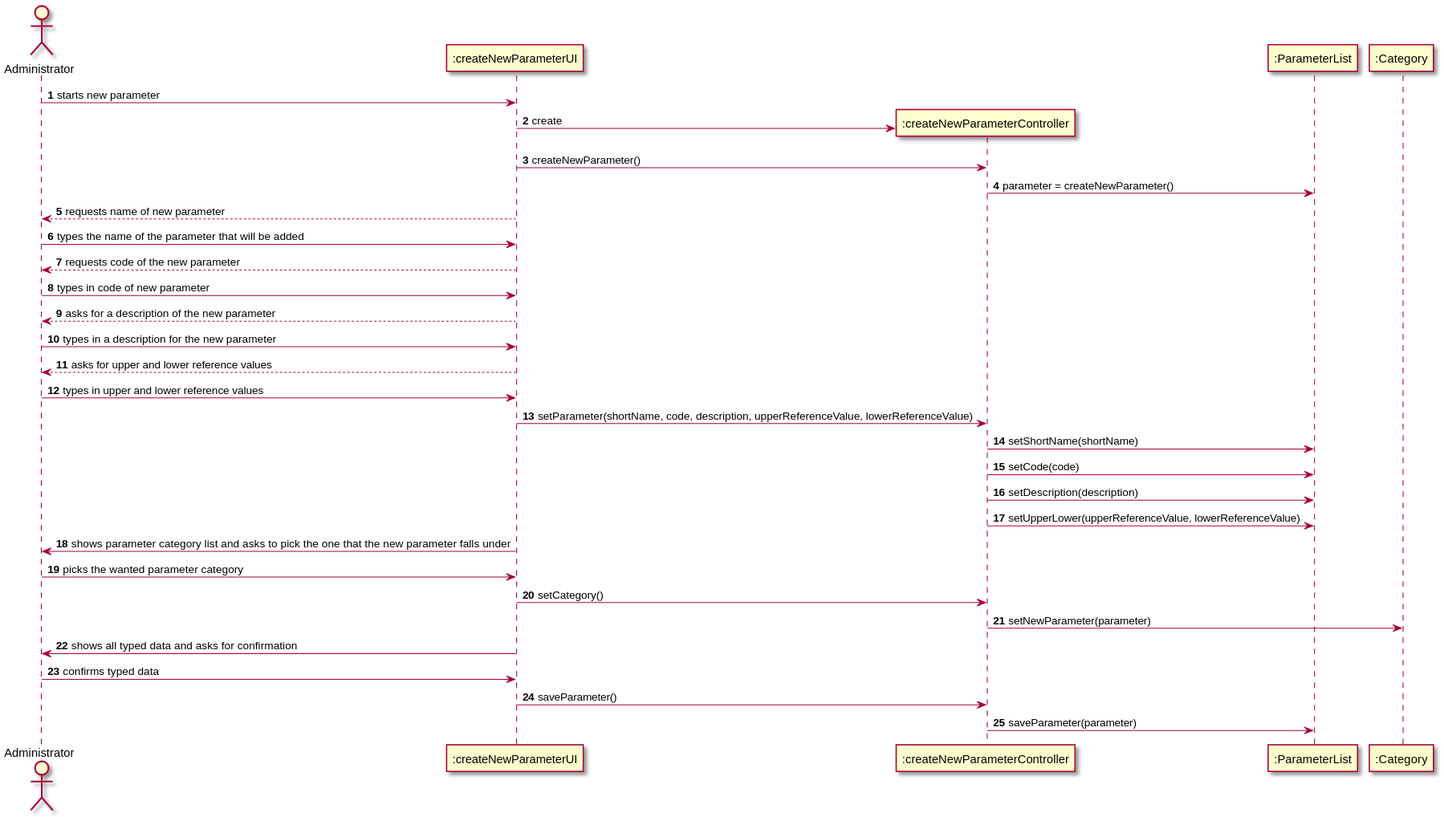
This is docs/SprintB/US10/US10_SD.svg from MadDinosaur/ISEP-LAPR2, a PlantUML export, as it was before one commit.
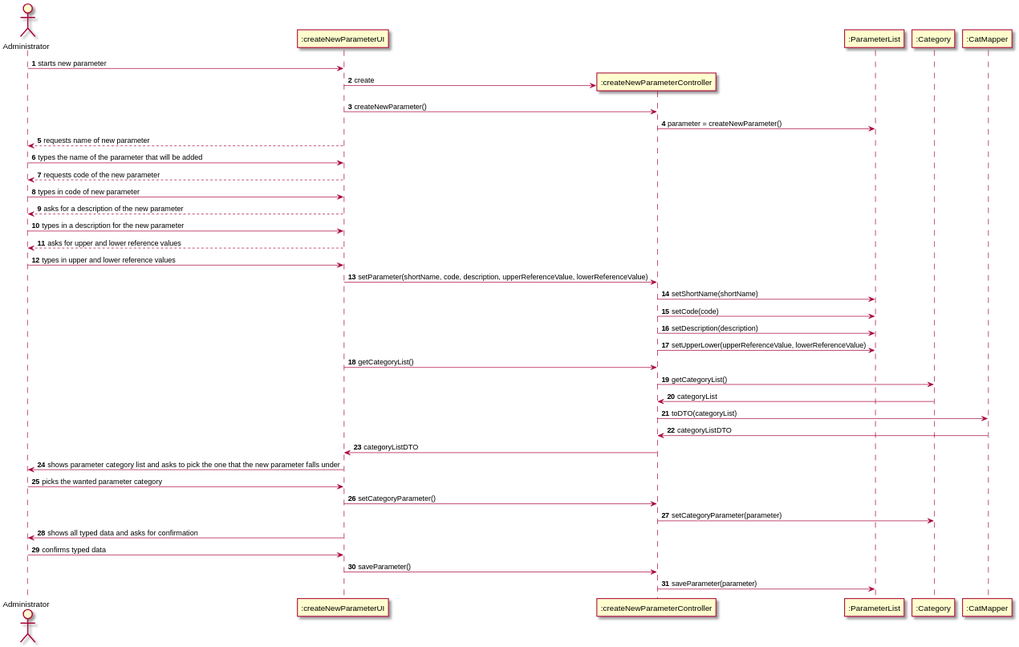
Later version of the same file.

Change to the diagram source:
```diff
@@ -7,6 +7,7 @@
 participant ":createNewParameterController" as Controller
 participant ":ParameterList" as param
 participant ":Category" as cat
+participant ":CatMapper" as map
 
 admin -> UI: starts new parameter
 create Controller
@@ -26,10 +27,16 @@
 Controller -> param: setCode(code)
 Controller -> param: setDescription(description)
 Controller -> param: setUpperLower(upperReferenceValue, lowerReferenceValue)
+UI -> Controller: getCategoryList()
+Controller -> cat: getCategoryList()
+cat -> Controller: categoryList
+Controller -> map: toDTO(categoryList)
+map -> Controller: categoryListDTO
+Controller -> UI: categoryListDTO
 UI -> admin: shows parameter category list and asks to pick the one that the new parameter falls under
 admin -> UI: picks the wanted parameter category
-UI -> Controller: setCategory()
-Controller -> cat: setNewParameter(parameter)
+UI -> Controller: setCategoryParameter()
+Controller -> cat: setCategoryParameter(parameter)
 UI -> admin: shows all typed data and asks for confirmation
 admin -> UI: confirms typed data
 UI -> Controller: saveParameter()
```
